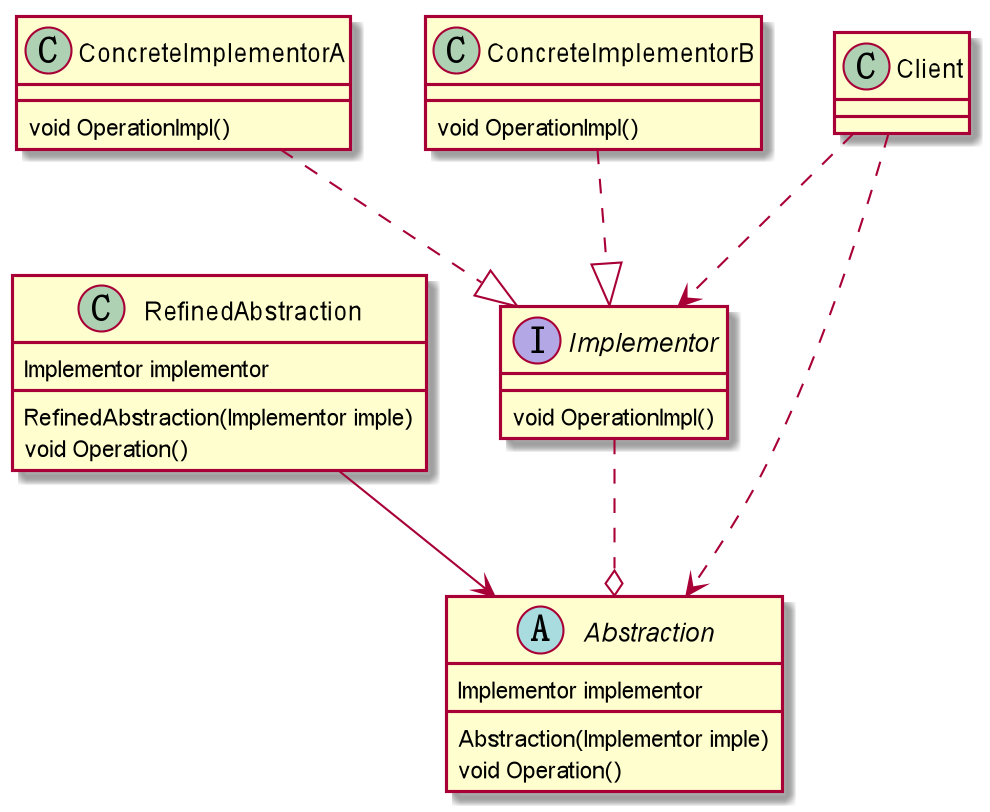
Before: design/桥接模式.png, a diagram exported from PlantUML (FameLsy/Images).
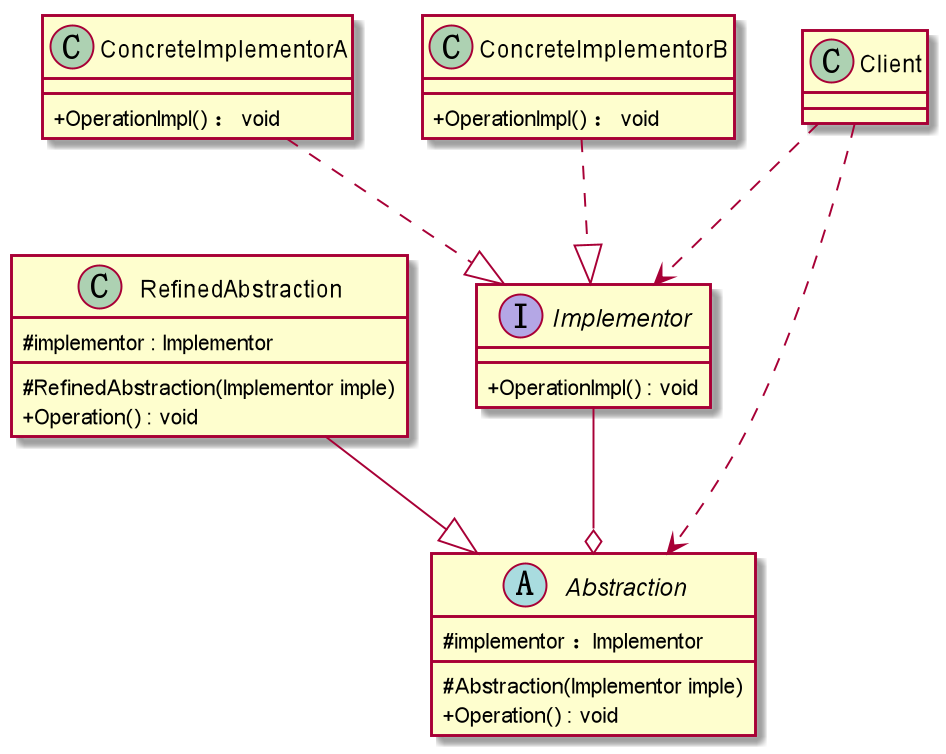
Above is the later version.

Change to the diagram source:
```diff
@@ -1,26 +1,24 @@
 @startuml
+skinparam classAttributeIconSize 0
 Abstract Abstraction{
-    Implementor implementor
-    Abstraction(Implementor imple)
-    void Operation()
+    #  implementor ：Implementor
+    # Abstraction(Implementor imple)
+    + Operation() : void
 }
-
 Class RefinedAbstraction{
-    Implementor implementor
-    RefinedAbstraction(Implementor imple)
-    void Operation()
+    # implementor : Implementor
+   # RefinedAbstraction(Implementor imple)
+    + Operation() : void
 }
-
 Interface Implementor{
- void OperationImpl()
+ + OperationImpl() : void
 }
-
 Class ConcreteImplementorA{
- void OperationImpl()
+ + OperationImpl() ： void
 }
 
 Class ConcreteImplementorB{
- void OperationImpl()
+ + OperationImpl() ： void
 }
 
 Class Client
@@ -30,8 +28,8 @@
 
 ConcreteImplementorA ..|> Implementor
 ConcreteImplementorB..|> Implementor
-Implementor ..o Abstraction
-RefinedAbstraction --> Abstraction
+Implementor --o Abstraction
+RefinedAbstraction --|> Abstraction
 
 
 @enduml
```
